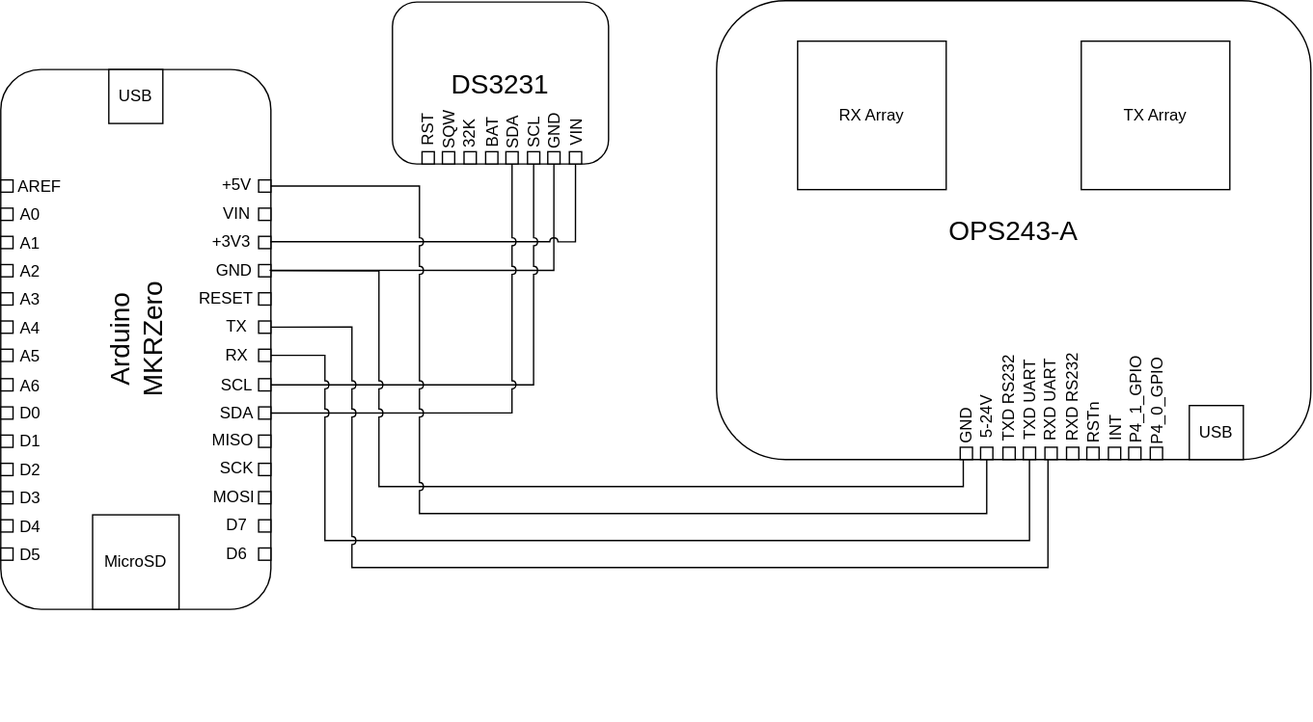
syst3x/traffic-radar keeps this draw.io diagram as traffic-radar.drawio.svg. Above is the earlier version. Source tidied: cells renumbered, new cells last; positions are measured from the earlier drawing's top-left corner, leaving out a move shared by most shapes.
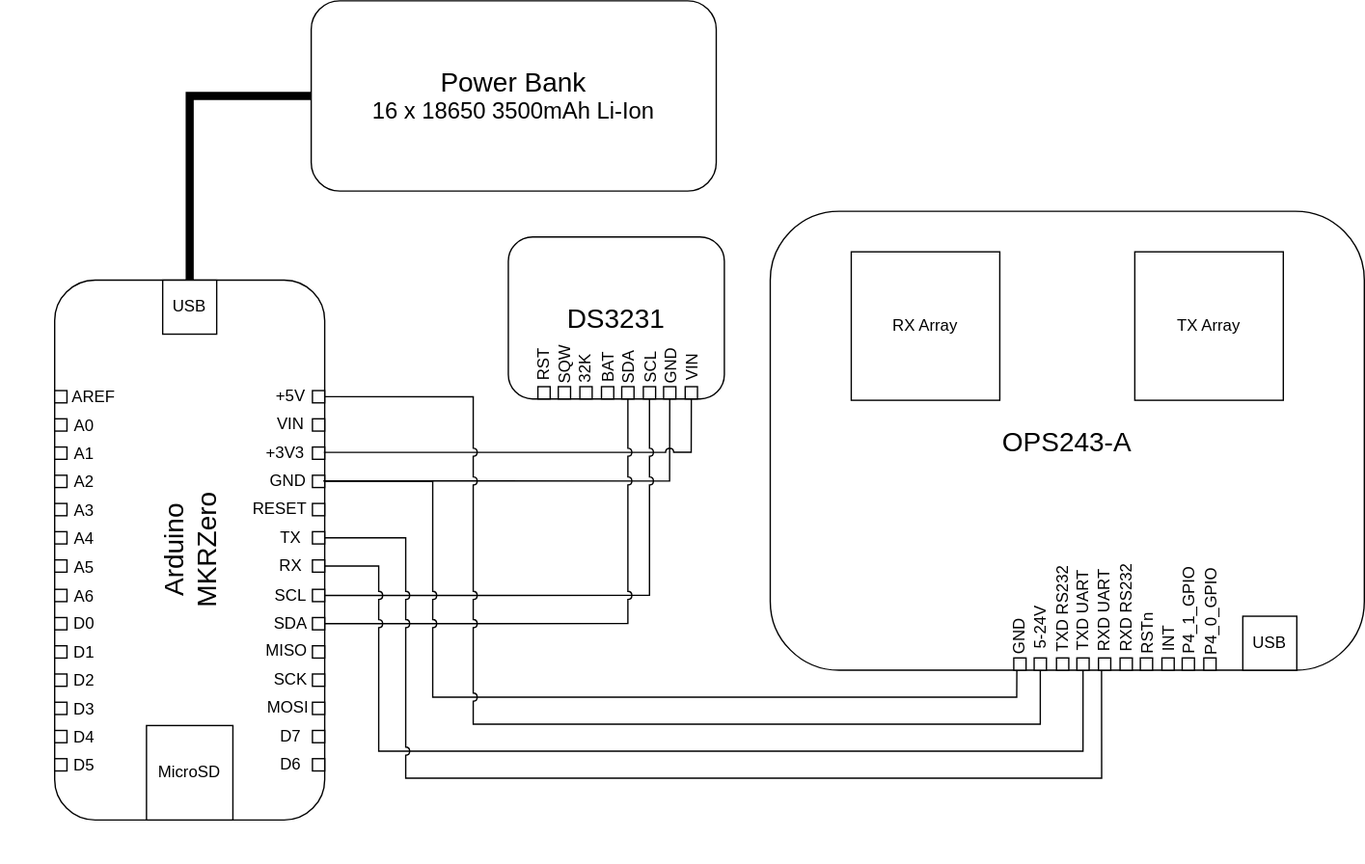
Above is the later version.

The edit, as a diff of the source:
```diff
@@ -3,13 +3,13 @@
     <mxCell id="0" />
     <mxCell id="1" parent="0" />
     <mxCell id="2" style="group;" parent="1" vertex="1">
-      <mxGeometry x="100" y="84" width="200" height="450" as="geometry" />
+      <mxGeometry x="100" y="162" width="200" height="450" as="geometry" />
     </mxCell>
     <mxCell id="3" style="group;" parent="2" vertex="1">
       <mxGeometry width="200" height="450" as="geometry" />
     </mxCell>
     <mxCell id="4" style="group;" parent="3" vertex="1">
-      <mxGeometry y="-33" width="200" height="400" as="geometry" />
+      <mxGeometry x="40" y="19" width="200" height="400" as="geometry" />
     </mxCell>
     <mxCell id="5" value="&lt;font style=&quot;font-size: 20px;&quot;&gt;Arduino&lt;br&gt;MKRZero&lt;/font&gt;" style="rounded=1;whiteSpace=wrap;html=1;rotation=-90;" parent="4" vertex="1">
       <mxGeometry x="-100" y="100" width="400" height="200" as="geometry" />
@@ -111,7 +111,7 @@
       <mxGeometry x="80" width="40" height="40" as="geometry" />
     </mxCell>
     <mxCell id="38" style="group;" parent="2" vertex="1">
-      <mxGeometry x="166.4" y="48.8" width="18.2" height="281.8" as="geometry" />
+      <mxGeometry x="206.4" y="100.8" width="18.2" height="281.8" as="geometry" />
     </mxCell>
     <mxCell id="39" value="+5V" style="text;strokeColor=none;align=center;fillColor=none;html=1;verticalAlign=middle;whiteSpace=wrap;rounded=0;" parent="38" vertex="1">
       <mxGeometry width="18.2" height="9.1" as="geometry" />
@@ -156,7 +156,7 @@
       <mxGeometry y="272.7" width="18.2" height="9.1" as="geometry" />
     </mxCell>
     <mxCell id="53" style="group;" parent="2" vertex="1">
-      <mxGeometry x="12.7" y="49.7" width="18.2" height="281.8" as="geometry" />
+      <mxGeometry x="52.7" y="101.7" width="18.2" height="281.8" as="geometry" />
     </mxCell>
     <mxCell id="54" value="AREF" style="text;strokeColor=none;align=center;fillColor=none;html=1;verticalAlign=middle;whiteSpace=wrap;rounded=0;" parent="53" vertex="1">
       <mxGeometry x="7.3" width="18.2" height="9.1" as="geometry" />
@@ -201,7 +201,7 @@
       <mxGeometry y="272.7" width="18.2" height="9.1" as="geometry" />
     </mxCell>
     <mxCell id="68" style="group;" parent="1" vertex="1">
-      <mxGeometry x="390" y="1" width="160" height="120" as="geometry" />
+      <mxGeometry x="476" y="149" width="160" height="120" as="geometry" />
     </mxCell>
     <mxCell id="69" value="&lt;font style=&quot;font-size: 20px;&quot;&gt;DS3231&lt;/font&gt;" style="rounded=1;whiteSpace=wrap;html=1;" parent="68" vertex="1">
       <mxGeometry width="160" height="120" as="geometry" />
@@ -270,7 +270,7 @@
       <mxGeometry relative="1" as="geometry" />
     </mxCell>
     <mxCell id="91" style="group;" parent="1" vertex="1">
-      <mxGeometry x="630" width="440" height="340" as="geometry" />
+      <mxGeometry x="670" y="130" width="440" height="340" as="geometry" />
     </mxCell>
     <mxCell id="92" value="&lt;font style=&quot;font-size: 20px;&quot;&gt;OPS243-A&lt;/font&gt;" style="rounded=1;whiteSpace=wrap;html=1;" parent="91" vertex="1">
       <mxGeometry width="440" height="340" as="geometry" />
@@ -350,38 +350,44 @@
     <mxCell id="117" style="edgeStyle=orthogonalEdgeStyle;rounded=0;jettySize=auto;html=1;exitX=0.25;exitY=1;exitDx=0;exitDy=0;entryX=1;entryY=0.5;entryDx=0;entryDy=0;endArrow=none;endFill=0;jumpStyle=arc;" parent="1" edge="1" source="98" target="25">
       <mxGeometry relative="1" as="geometry">
         <Array as="points">
-          <mxPoint x="813" y="360" />
-          <mxPoint x="380" y="360" />
-          <mxPoint x="380" y="200" />
+          <mxPoint x="853" y="490" />
+          <mxPoint x="420" y="490" />
+          <mxPoint x="420" y="330" />
         </Array>
       </mxGeometry>
     </mxCell>
     <mxCell id="118" style="edgeStyle=orthogonalEdgeStyle;rounded=0;jettySize=auto;html=1;exitX=0.5;exitY=1;exitDx=0;exitDy=0;entryX=1;entryY=0.5;entryDx=0;entryDy=0;endArrow=none;endFill=0;jumpStyle=arc;" parent="1" edge="1" source="97" target="22">
       <mxGeometry relative="1" as="geometry">
         <Array as="points">
-          <mxPoint x="830" y="380" />
-          <mxPoint x="410" y="380" />
-          <mxPoint x="410" y="137" />
+          <mxPoint x="870" y="510" />
+          <mxPoint x="450" y="510" />
+          <mxPoint x="450" y="267" />
         </Array>
       </mxGeometry>
     </mxCell>
     <mxCell id="119" style="edgeStyle=orthogonalEdgeStyle;rounded=0;jettySize=auto;html=1;exitX=0.5;exitY=1;exitDx=0;exitDy=0;entryX=1;entryY=0.5;entryDx=0;entryDy=0;endArrow=none;endFill=0;jumpStyle=arc;" parent="1" edge="1" source="109" target="28">
       <mxGeometry relative="1" as="geometry">
         <Array as="points">
-          <mxPoint x="862" y="400" />
-          <mxPoint x="340" y="400" />
-          <mxPoint x="340" y="263" />
+          <mxPoint x="902" y="530" />
+          <mxPoint x="380" y="530" />
+          <mxPoint x="380" y="393" />
         </Array>
       </mxGeometry>
     </mxCell>
     <mxCell id="120" style="edgeStyle=orthogonalEdgeStyle;rounded=0;jettySize=auto;html=1;exitX=0.25;exitY=1;exitDx=0;exitDy=0;entryX=1;entryY=0.5;entryDx=0;entryDy=0;endArrow=none;endFill=0;jumpStyle=arc;" parent="1" edge="1" source="114" target="27">
       <mxGeometry relative="1" as="geometry">
         <Array as="points">
-          <mxPoint x="875" y="420" />
-          <mxPoint x="360" y="420" />
-          <mxPoint x="360" y="242" />
+          <mxPoint x="915" y="550" />
+          <mxPoint x="400" y="550" />
+          <mxPoint x="400" y="372" />
         </Array>
       </mxGeometry>
     </mxCell>
+    <mxCell id="121" value="&lt;font style=&quot;&quot;&gt;&lt;span style=&quot;font-size: 20px;&quot;&gt;Power Bank&lt;/span&gt;&lt;br&gt;&lt;font style=&quot;font-size: 17px;&quot;&gt;16 x 18650 3500mAh Li-Ion&lt;/font&gt;&lt;br&gt;&lt;/font&gt;" style="rounded=1;whiteSpace=wrap;html=1;" parent="1" vertex="1">
+      <mxGeometry x="330" y="-26" width="300" height="141" as="geometry" />
+    </mxCell>
+    <mxCell id="122" style="edgeStyle=orthogonalEdgeStyle;rounded=0;jettySize=auto;html=1;exitX=0.5;exitY=0;exitDx=0;exitDy=0;entryX=0;entryY=0.5;entryDx=0;entryDy=0;endArrow=none;endFill=0;strokeWidth=6;" parent="1" edge="1" source="37" target="121">
+      <mxGeometry relative="1" as="geometry" />
+    </mxCell>
   </root>
 </mxGraphModel>
```
